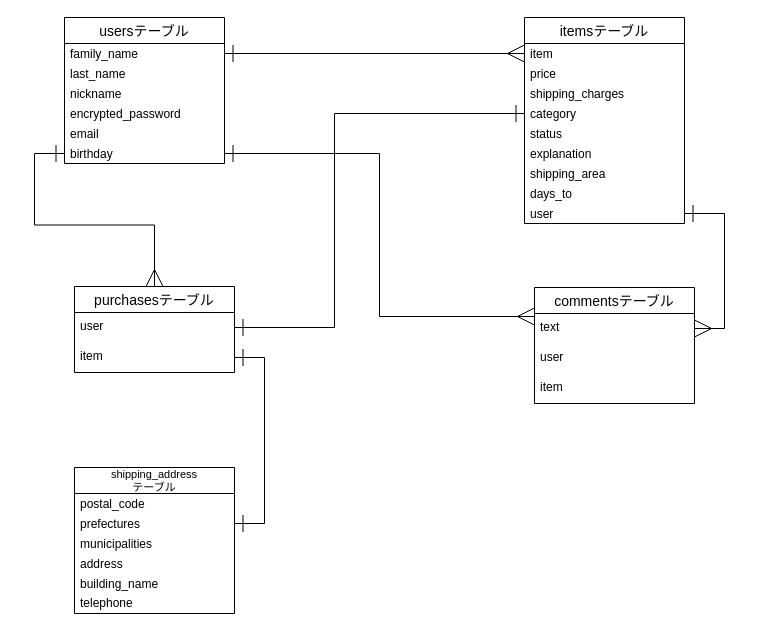
The draw.io diagram furima.dio in inouekimi/furima-36328, before the edit. Source tidied: cells renumbered, new cells numbered last; positions are measured from the earlier drawing's top-left corner, leaving out a move shared by most shapes. Both pictures are drawn from the tidied source at 100%, with x=0, y=0 at pixel (64, 17).
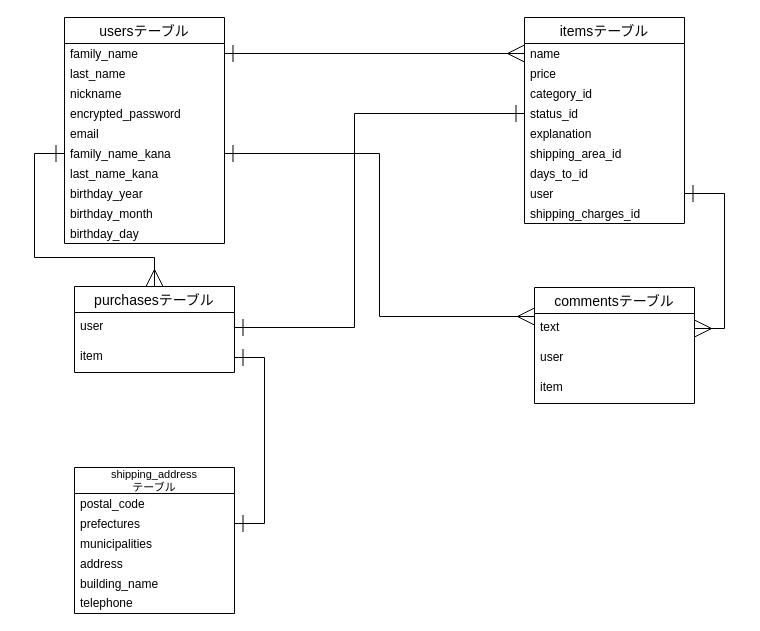
The same diagram, later.

Commit message (it also covers changes not shown here):
データベース設計の修正

Unchanged cells that the change refers to:
```xml
<mxCell id="9" value="itemsテーブル" style="swimlane;fontStyle=0;horizontal=1;startSize=26;align=center;fontSize=14;" parent="1" vertex="1">
  <mxGeometry x="460" width="160" height="206" as="geometry" />
</mxCell>
<mxCell id="19" value="purchasesテーブル" style="swimlane;fontStyle=0;horizontal=1;startSize=26;align=center;fontSize=14;" parent="1" vertex="1">
  <mxGeometry x="10" y="269" width="160" height="86" as="geometry" />
</mxCell>
<mxCell id="20" value="user" style="text;strokeColor=none;fillColor=none;spacingLeft=4;spacingRight=4;overflow=hidden;points=[[0,0.5],[1,0.5]];portConstraint=eastwest;fontSize=12;" parent="19" vertex="1">
  <mxGeometry y="26" width="160" height="30" as="geometry" />
</mxCell>
```

What changed in the source:
```diff
@@
     <mxCell id="2" value="usersテーブル" style="swimlane;fontStyle=0;horizontal=1;startSize=26;align=center;fontSize=14;" parent="1" vertex="1">
-      <mxGeometry width="160" height="146" as="geometry" />
+      <mxGeometry width="160" height="226" as="geometry" />
     </mxCell>
@@
-    <mxCell id="8" value="birthday" style="text;strokeColor=none;fillColor=none;spacingLeft=4;spacingRight=4;overflow=hidden;points=[[0,0.5],[1,0.5]];portConstraint=eastwest;fontSize=12;verticalAlign=middle;" parent="2" vertex="1">
+    <mxCell id="8" value="family_name_kana" style="text;strokeColor=none;fillColor=none;spacingLeft=4;spacingRight=4;overflow=hidden;points=[[0,0.5],[1,0.5]];portConstraint=eastwest;fontSize=12;verticalAlign=middle;" parent="2" vertex="1">
       <mxGeometry y="126" width="160" height="20" as="geometry" />
     </mxCell>
+    <mxCell id="39" value="last_name_kana" style="text;strokeColor=none;fillColor=none;spacingLeft=4;spacingRight=4;overflow=hidden;fontSize=12;verticalAlign=middle;" parent="2" vertex="1">
+      <mxGeometry y="146" width="160" height="20" as="geometry" />
+    </mxCell>
+    <mxCell id="40" value="birthday_year" style="text;strokeColor=none;fillColor=none;spacingLeft=4;spacingRight=4;overflow=hidden;fontSize=12;verticalAlign=middle;" parent="2" vertex="1">
+      <mxGeometry y="166" width="160" height="20" as="geometry" />
+    </mxCell>
+    <mxCell id="41" value="birthday_month" style="text;strokeColor=none;fillColor=none;spacingLeft=4;spacingRight=4;overflow=hidden;fontSize=12;verticalAlign=middle;" parent="2" vertex="1">
+      <mxGeometry y="186" width="160" height="20" as="geometry" />
+    </mxCell>
+    <mxCell id="42" value="birthday_day" style="text;strokeColor=none;fillColor=none;spacingLeft=4;spacingRight=4;overflow=hidden;fontSize=12;verticalAlign=middle;" parent="2" vertex="1">
+      <mxGeometry y="206" width="160" height="20" as="geometry" />
+    </mxCell>
@@
-    <mxCell id="10" value="item" style="text;strokeColor=none;fillColor=none;spacingLeft=4;spacingRight=4;overflow=hidden;points=[[0,0.5],[1,0.5]];portConstraint=eastwest;fontSize=12;verticalAlign=middle;" parent="9" vertex="1">
+    <mxCell id="10" value="name" style="text;strokeColor=none;fillColor=none;spacingLeft=4;spacingRight=4;overflow=hidden;points=[[0,0.5],[1,0.5]];portConstraint=eastwest;fontSize=12;verticalAlign=middle;" parent="9" vertex="1">
       <mxGeometry y="26" width="160" height="20" as="geometry" />
     </mxCell>
@@
-    <mxCell id="12" value="shipping_charges" style="text;strokeColor=none;fillColor=none;spacingLeft=4;spacingRight=4;overflow=hidden;fontSize=12;verticalAlign=middle;" parent="9" vertex="1">
-      <mxGeometry y="66" width="160" height="20" as="geometry" />
-    </mxCell>
-    <mxCell id="13" value="category" style="text;strokeColor=none;fillColor=none;spacingLeft=4;spacingRight=4;overflow=hidden;points=[[0,0.5],[1,0.5]];portConstraint=eastwest;fontSize=12;verticalAlign=middle;" parent="9" vertex="1">
-      <mxGeometry y="86" width="160" height="20" as="geometry" />
+    <mxCell id="13" value="category_id" style="text;strokeColor=none;fillColor=none;spacingLeft=4;spacingRight=4;overflow=hidden;points=[[0,0.5],[1,0.5]];portConstraint=eastwest;fontSize=12;verticalAlign=middle;" parent="9" vertex="1">
+      <mxGeometry y="66" width="160" height="20" as="geometry" />
     </mxCell>
-    <mxCell id="14" value="status" style="text;strokeColor=none;fillColor=none;spacingLeft=4;spacingRight=4;overflow=hidden;points=[[0,0.5],[1,0.5]];portConstraint=eastwest;fontSize=12;verticalAlign=middle;" parent="9" vertex="1">
-      <mxGeometry y="106" width="160" height="20" as="geometry" />
+    <mxCell id="14" value="status_id" style="text;strokeColor=none;fillColor=none;spacingLeft=4;spacingRight=4;overflow=hidden;points=[[0,0.5],[1,0.5]];portConstraint=eastwest;fontSize=12;verticalAlign=middle;" parent="9" vertex="1">
+      <mxGeometry y="86" width="160" height="20" as="geometry" />
     </mxCell>
     <mxCell id="15" value="explanation" style="text;strokeColor=none;fillColor=none;spacingLeft=4;spacingRight=4;overflow=hidden;fontSize=12;verticalAlign=middle;" parent="9" vertex="1">
-      <mxGeometry y="126" width="160" height="20" as="geometry" />
+      <mxGeometry y="106" width="160" height="20" as="geometry" />
     </mxCell>
-    <mxCell id="16" value="shipping_area" style="text;strokeColor=none;fillColor=none;spacingLeft=4;spacingRight=4;overflow=hidden;fontSize=12;verticalAlign=middle;" parent="9" vertex="1">
-      <mxGeometry y="146" width="160" height="20" as="geometry" />
+    <mxCell id="16" value="shipping_area_id" style="text;strokeColor=none;fillColor=none;spacingLeft=4;spacingRight=4;overflow=hidden;fontSize=12;verticalAlign=middle;" parent="9" vertex="1">
+      <mxGeometry y="126" width="160" height="20" as="geometry" />
     </mxCell>
-    <mxCell id="17" value="days_to" style="text;strokeColor=none;fillColor=none;spacingLeft=4;spacingRight=4;overflow=hidden;fontSize=12;verticalAlign=middle;" parent="9" vertex="1">
-      <mxGeometry y="166" width="160" height="20" as="geometry" />
+    <mxCell id="17" value="days_to_id" style="text;strokeColor=none;fillColor=none;spacingLeft=4;spacingRight=4;overflow=hidden;fontSize=12;verticalAlign=middle;" parent="9" vertex="1">
+      <mxGeometry y="146" width="160" height="20" as="geometry" />
     </mxCell>
     <mxCell id="18" value="user" style="text;strokeColor=none;fillColor=none;spacingLeft=4;spacingRight=4;overflow=hidden;points=[[0,0.5],[1,0.5]];portConstraint=eastwest;fontSize=12;verticalAlign=middle;" parent="9" vertex="1">
-      <mxGeometry y="186" width="160" height="20" as="geometry" />
+      <mxGeometry y="166" width="160" height="20" as="geometry" />
     </mxCell>
+    <mxCell id="43" value="shipping_charges_id" style="text;strokeColor=none;fillColor=none;spacingLeft=4;spacingRight=4;overflow=hidden;fontSize=12;verticalAlign=middle;" parent="9" vertex="1">
+      <mxGeometry y="186" width="160" height="20" as="geometry" />
+    </mxCell>
@@
-    <mxCell id="34" style="edgeStyle=orthogonalEdgeStyle;rounded=0;jettySize=auto;html=1;exitX=0;exitY=0.5;exitDx=0;exitDy=0;fontSize=12;startArrow=ERone;startFill=0;endArrow=ERmany;endFill=0;startSize=15;endSize=15;sourcePerimeterSpacing=0;strokeWidth=1;" parent="1" edge="1" source="8" target="19">
-      <mxGeometry relative="1" as="geometry" />
+    <mxCell id="34" style="edgeStyle=orthogonalEdgeStyle;rounded=0;jettySize=auto;html=1;exitX=0;exitY=0.5;exitDx=0;exitDy=0;fontSize=12;startArrow=ERone;startFill=0;endArrow=ERmany;endFill=0;startSize=15;endSize=15;sourcePerimeterSpacing=0;strokeWidth=1;spacingBottom=0;spacingTop=0;spacing=5;spacingRight=0;" parent="1" edge="1" source="8" target="19">
+      <mxGeometry relative="1" as="geometry">
+        <Array as="points">
+          <mxPoint x="-30" y="136" />
+          <mxPoint x="-30" y="240" />
+          <mxPoint x="90" y="240" />
+        </Array>
+      </mxGeometry>
     </mxCell>
@@
-    <mxCell id="37" style="edgeStyle=orthogonalEdgeStyle;rounded=0;jettySize=auto;html=1;exitX=0;exitY=0.5;exitDx=0;exitDy=0;entryX=1;entryY=0.5;entryDx=0;entryDy=0;fontSize=15;startArrow=ERone;startFill=0;endArrow=ERone;endFill=0;startSize=15;endSize=15;sourcePerimeterSpacing=0;strokeWidth=1;spacing=2;spacingLeft=8;" parent="1" edge="1" source="13" target="20">
-      <mxGeometry relative="1" as="geometry">
-        <Array as="points">
-          <mxPoint x="270" y="96" />
-          <mxPoint x="270" y="310" />
-        </Array>
-      </mxGeometry>
-    </mxCell>
@@
+    <mxCell id="44" style="edgeStyle=orthogonalEdgeStyle;rounded=0;jettySize=auto;html=1;exitX=1;exitY=0.5;exitDx=0;exitDy=0;entryX=0;entryY=0.5;entryDx=0;entryDy=0;fontSize=12;startSize=15;sourcePerimeterSpacing=0;startArrow=ERone;startFill=0;endArrow=ERone;endFill=0;endSize=15;" parent="1" edge="1" source="20" target="14">
+      <mxGeometry relative="1" as="geometry">
+        <Array as="points">
+          <mxPoint x="290" y="310" />
+          <mxPoint x="290" y="96" />
+        </Array>
+      </mxGeometry>
+    </mxCell>
```
